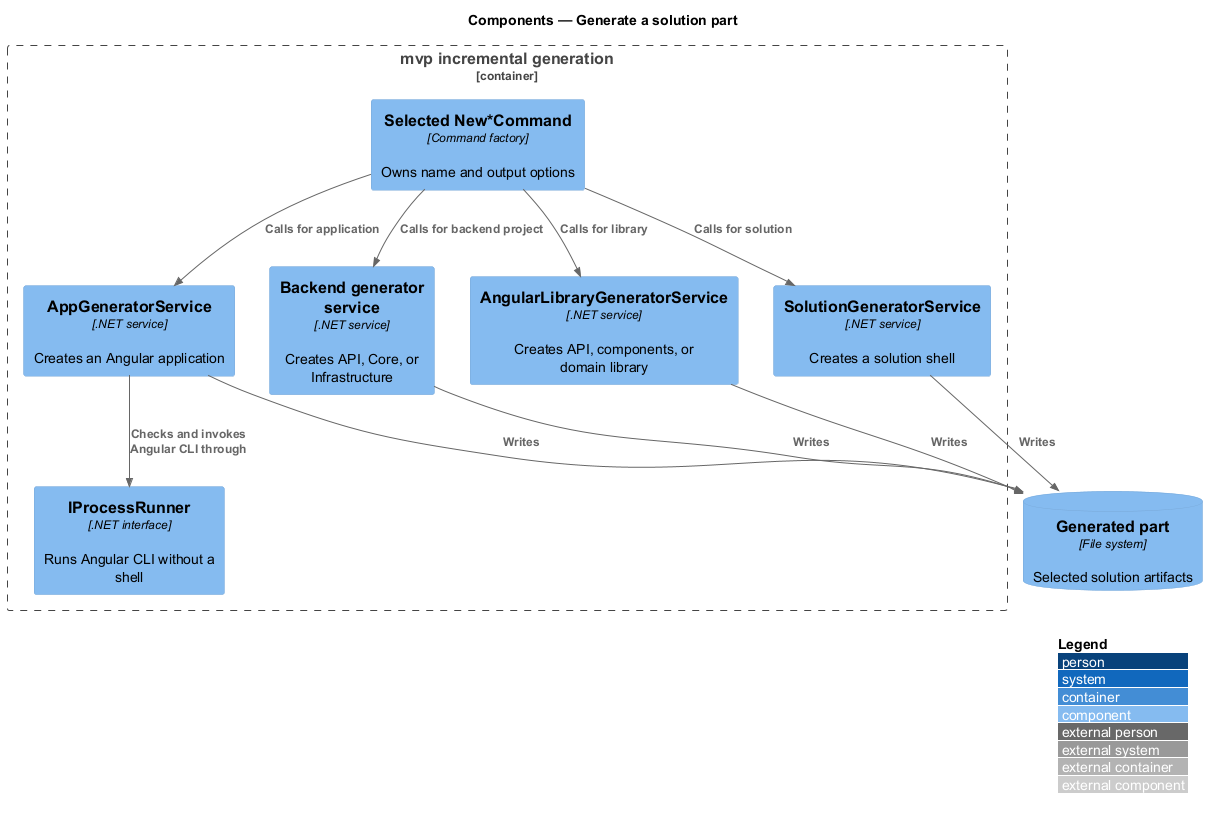
QuinntyneBrown/mvp keeps this PlantUML diagram as docs/detailed-designs/scaffolding/generate-a-solution-part/diagrams/c4-component.png. Above is the earlier version. Source of this version:
```plantuml
@startuml
!include <C4/C4_Component>
LAYOUT_WITH_LEGEND()
title Components — Generate a solution part

Container_Boundary(cli, "mvp incremental generation") {
  Component(command, "Selected New*Command", "Command factory", "Owns name and output options")
  Component(solution, "SolutionGeneratorService", ".NET service", "Creates a solution shell")
  Component(project, "Backend generator service", ".NET service", "Creates API, Core, or Infrastructure")
  Component(app, "AppGeneratorService", ".NET service", "Creates an Angular application")
  Component(library, "AngularLibraryGeneratorService", ".NET service", "Creates API, components, or domain library")
  Component(process, "IProcessRunner", ".NET interface", "Runs Angular CLI without a shell")
}
ComponentDb(output, "Generated part", "File system", "Selected solution artifacts")

Rel(command, solution, "Calls for solution")
Rel(command, project, "Calls for backend project")
Rel(command, app, "Calls for application")
Rel(command, library, "Calls for library")
Rel(app, process, "Checks and invokes Angular CLI through")
Rel(solution, output, "Writes")
Rel(project, output, "Writes")
Rel(app, output, "Writes")
Rel(library, output, "Writes")
@enduml
```
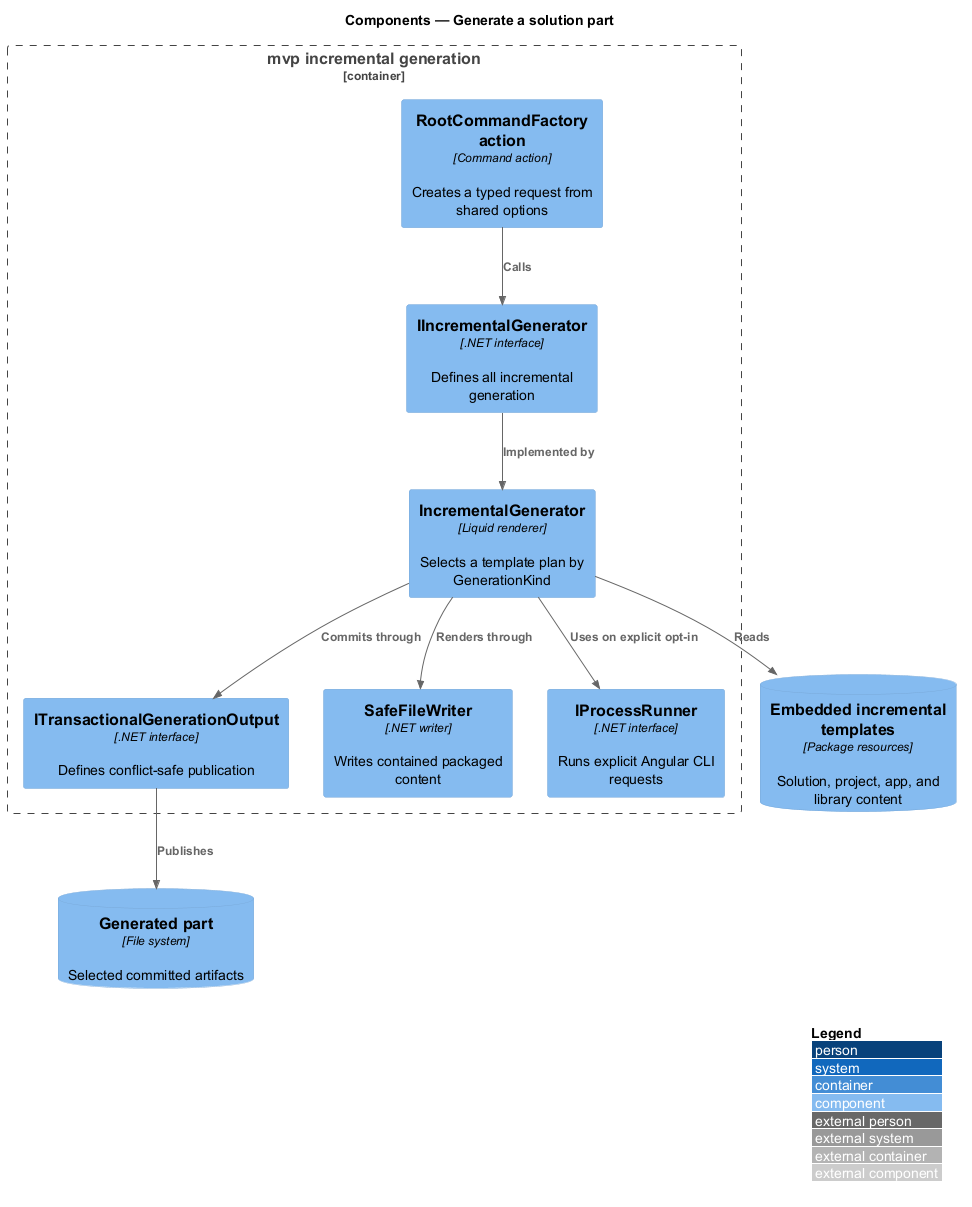
The same diagram one commit later.

Change to the diagram source:
```diff
@@ -4,22 +4,21 @@
 title Components — Generate a solution part
 
 Container_Boundary(cli, "mvp incremental generation") {
-  Component(command, "Selected New*Command", "Command factory", "Owns name and output options")
-  Component(solution, "SolutionGeneratorService", ".NET service", "Creates a solution shell")
-  Component(project, "Backend generator service", ".NET service", "Creates API, Core, or Infrastructure")
-  Component(app, "AppGeneratorService", ".NET service", "Creates an Angular application")
-  Component(library, "AngularLibraryGeneratorService", ".NET service", "Creates API, components, or domain library")
-  Component(process, "IProcessRunner", ".NET interface", "Runs Angular CLI without a shell")
+  Component(command, "RootCommandFactory action", "Command action", "Creates a typed request from shared options")
+  Component(contract, "IIncrementalGenerator", ".NET interface", "Defines all incremental generation")
+  Component(renderer, "IncrementalGenerator", "Liquid renderer", "Selects a template plan by GenerationKind")
+  Component(output, "ITransactionalGenerationOutput", ".NET interface", "Defines conflict-safe publication")
+  Component(writer, "SafeFileWriter", ".NET writer", "Writes contained packaged content")
+  Component(process, "IProcessRunner", ".NET interface", "Runs explicit Angular CLI requests")
 }
-ComponentDb(output, "Generated part", "File system", "Selected solution artifacts")
+ComponentDb(templates, "Embedded incremental templates", "Package resources", "Solution, project, app, and library content")
+ComponentDb(target, "Generated part", "File system", "Selected committed artifacts")
 
-Rel(command, solution, "Calls for solution")
-Rel(command, project, "Calls for backend project")
-Rel(command, app, "Calls for application")
-Rel(command, library, "Calls for library")
-Rel(app, process, "Checks and invokes Angular CLI through")
-Rel(solution, output, "Writes")
-Rel(project, output, "Writes")
-Rel(app, output, "Writes")
-Rel(library, output, "Writes")
+Rel(command, contract, "Calls")
+Rel(contract, renderer, "Implemented by")
+Rel(renderer, templates, "Reads")
+Rel(renderer, output, "Commits through")
+Rel(renderer, writer, "Renders through")
+Rel(renderer, process, "Uses on explicit opt-in")
+Rel(output, target, "Publishes")
 @enduml
```
